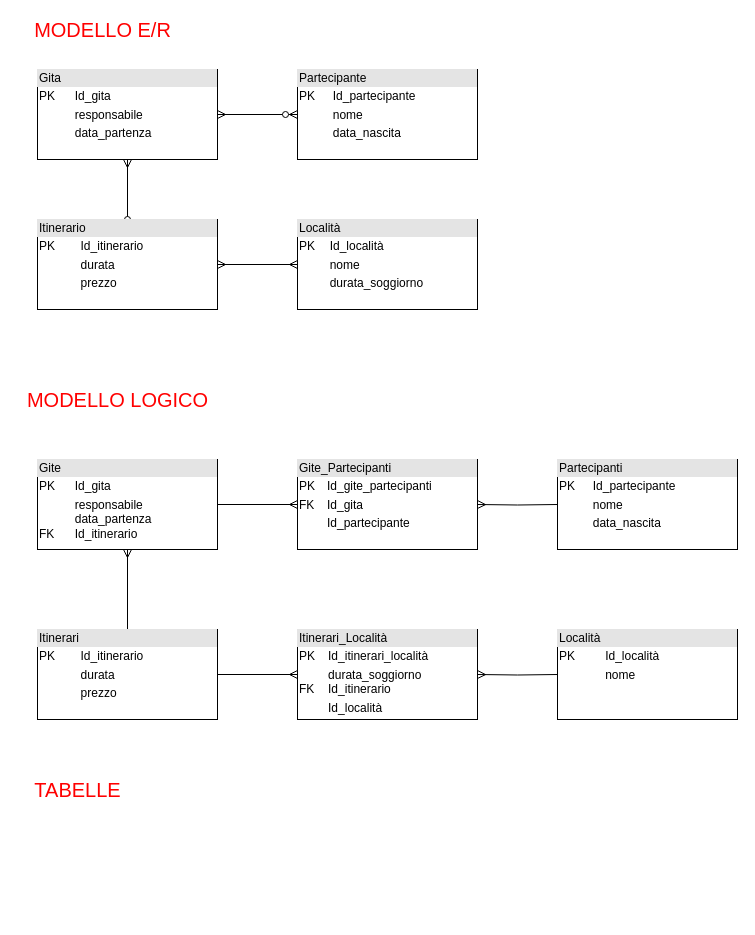
The draw.io diagram AgenziaViaggi.drawio in ChiaraGismondi02/informatica-modelloE-R, before the edit. Source tidied: cells renumbered, new cells numbered last; positions are measured from the earlier drawing's top-left corner, leaving out a move shared by most shapes. Both pictures are drawn from the tidied source at 100%, with x=0, y=0 at pixel (17, 19).
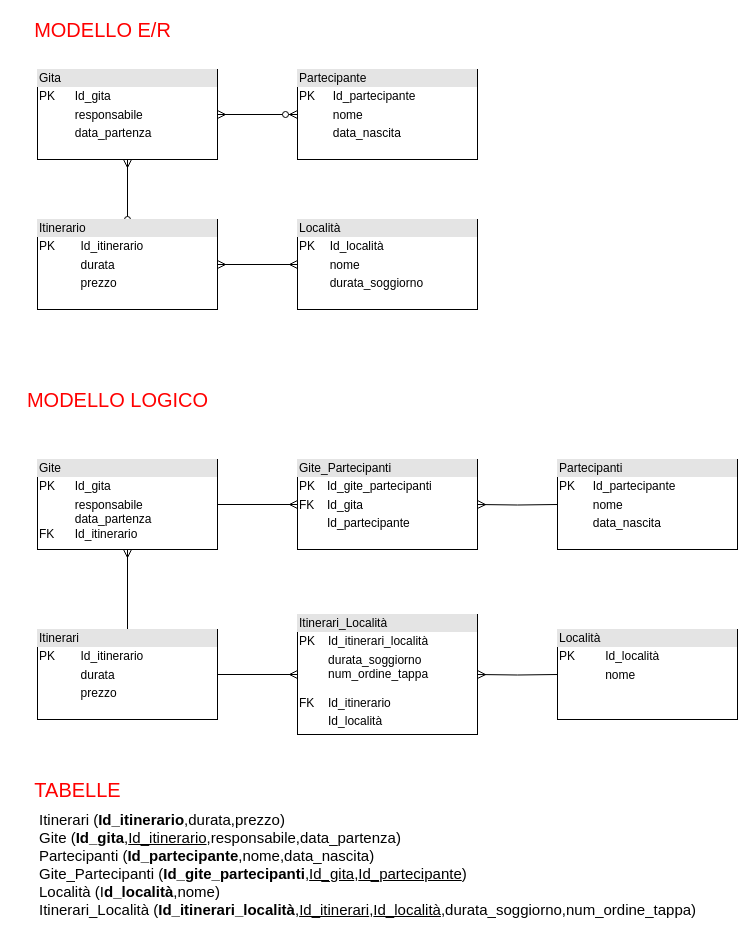
After the change.

The edit, as a diff of the source:
```diff
@@
-    <mxCell id="11" value="&lt;div style=&quot;box-sizing: border-box ; width: 100% ; background: #e4e4e4 ; padding: 2px&quot;&gt;Itinerari_Località&lt;/div&gt;&lt;table style=&quot;width: 100% ; font-size: 1em&quot; cellpadding=&quot;2&quot; cellspacing=&quot;0&quot;&gt;&lt;tbody&gt;&lt;tr&gt;&lt;td&gt;PK&lt;/td&gt;&lt;td&gt;Id_itinerari_località&lt;/td&gt;&lt;/tr&gt;&lt;tr&gt;&lt;td&gt;&lt;br&gt;FK&lt;/td&gt;&lt;td&gt;durata_soggiorno&lt;br&gt;Id_itinerario&lt;/td&gt;&lt;/tr&gt;&lt;tr&gt;&lt;td&gt;&lt;/td&gt;&lt;td&gt;Id_località&lt;/td&gt;&lt;/tr&gt;&lt;/tbody&gt;&lt;/table&gt;" style="verticalAlign=top;align=left;overflow=fill;html=1;" parent="1" vertex="1">
-      <mxGeometry x="280" y="610" width="180" height="90" as="geometry" />
+    <mxCell id="11" value="&lt;div style=&quot;box-sizing: border-box ; width: 100% ; background: #e4e4e4 ; padding: 2px&quot;&gt;Itinerari_Località&lt;/div&gt;&lt;table style=&quot;width: 100% ; font-size: 1em&quot; cellpadding=&quot;2&quot; cellspacing=&quot;0&quot;&gt;&lt;tbody&gt;&lt;tr&gt;&lt;td&gt;PK&lt;/td&gt;&lt;td&gt;Id_itinerari_località&lt;/td&gt;&lt;/tr&gt;&lt;tr&gt;&lt;td&gt;&lt;br&gt;&lt;br&gt;&lt;br&gt;FK&lt;/td&gt;&lt;td&gt;durata_soggiorno&lt;br&gt;num_ordine_tappa&lt;br&gt;&lt;br&gt;Id_itinerario&lt;/td&gt;&lt;/tr&gt;&lt;tr&gt;&lt;td&gt;&lt;/td&gt;&lt;td&gt;Id_località&lt;/td&gt;&lt;/tr&gt;&lt;/tbody&gt;&lt;/table&gt;" style="verticalAlign=top;align=left;overflow=fill;html=1;" parent="1" vertex="1">
+      <mxGeometry x="280" y="595" width="180" height="120" as="geometry" />
     </mxCell>
@@
+    <mxCell id="23" value="&lt;font style=&quot;font-size: 15px&quot;&gt;Itinerari (&lt;b&gt;Id_itinerario&lt;/b&gt;,durata,prezzo)&lt;br&gt;Gite (&lt;b&gt;Id_gita&lt;/b&gt;,&lt;u&gt;Id_itinerario&lt;/u&gt;,responsabile,data_partenza)&lt;br&gt;Partecipanti (&lt;b&gt;Id_partecipante&lt;/b&gt;,nome,data_nascita)&lt;br&gt;Gite_Partecipanti (&lt;b&gt;Id_gite_partecipanti&lt;/b&gt;,&lt;u&gt;Id_gita&lt;/u&gt;,&lt;u&gt;Id_partecipante&lt;/u&gt;)&lt;br&gt;Località (I&lt;b&gt;d_località&lt;/b&gt;,nome)&lt;br&gt;Itinerari_Località (&lt;b&gt;Id_itinerari_località&lt;/b&gt;,&lt;u&gt;Id_itinerari&lt;/u&gt;,&lt;u&gt;Id_località&lt;/u&gt;,durata_soggiorno,num_ordine_tappa)&lt;/font&gt;" style="text;html=1;align=left;verticalAlign=middle;fillColor=none;strokeColor=none;rounded=0;" parent="1" vertex="1">
+      <mxGeometry x="20" y="795" width="670" height="100" as="geometry" />
+    </mxCell>
```
